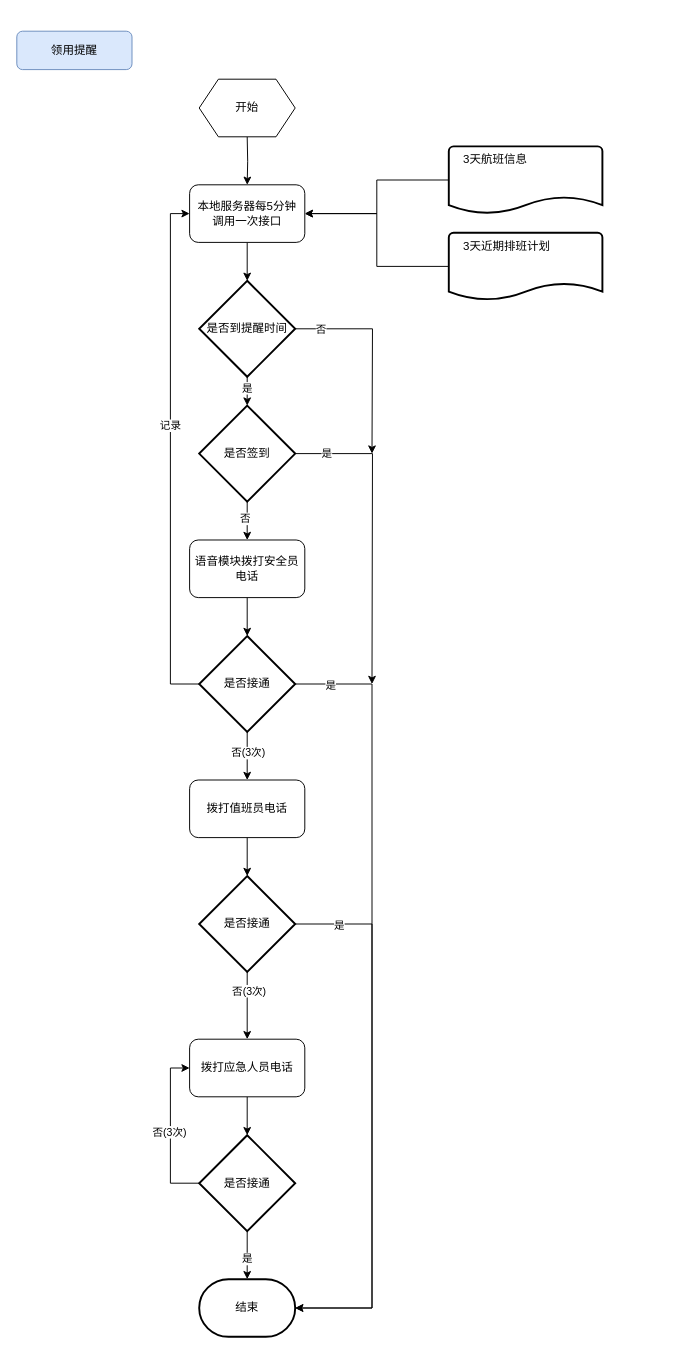
Before: xbhangkong0new.drawio in HXLMOM/cctest, a draw.io diagram. Source tidied: cells renumbered, new cells numbered last; positions are measured from the earlier drawing's top-left corner, leaving out a move shared by most shapes. Both pictures are drawn from the tidied source at 96%, with x=0, y=0 at pixel (16, 31).
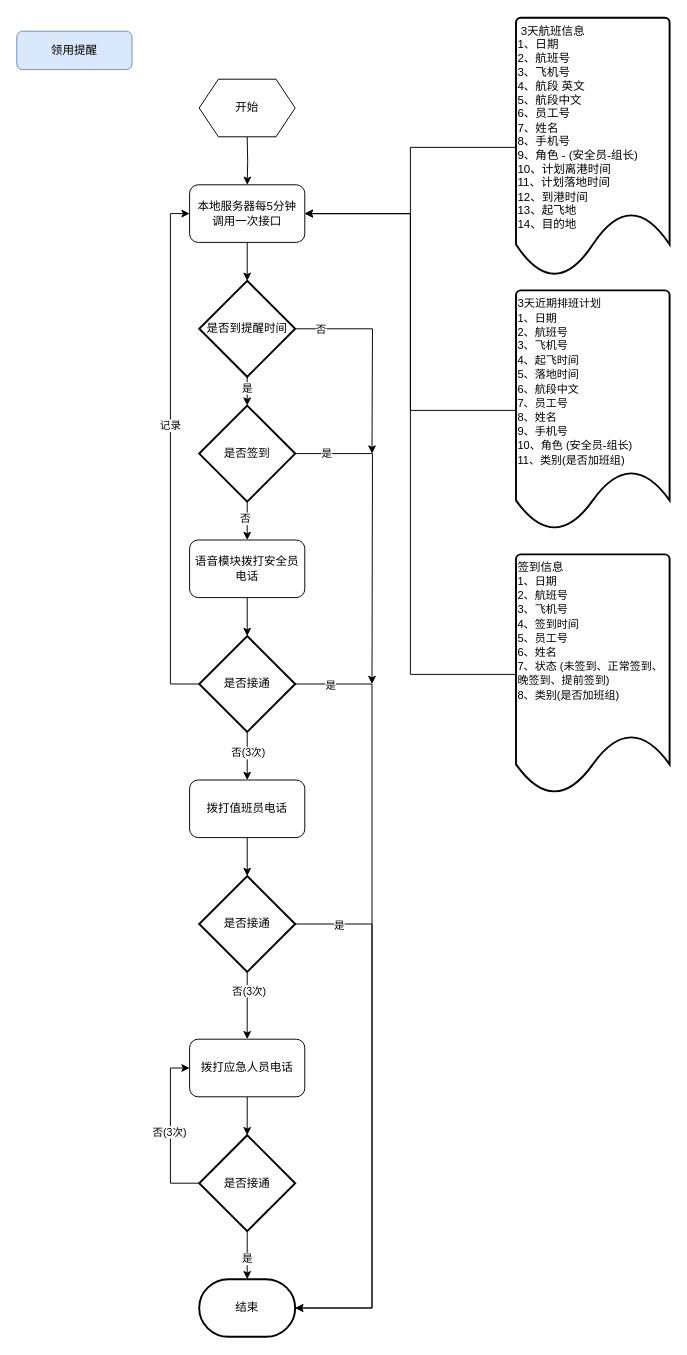
Above is the later version.

The change refers to these unchanged cells:
```xml
<mxCell id="5" value="本地服务器每5分钟&lt;br&gt;调用一次接口" style="rounded=1;whiteSpace=wrap;html=1;" parent="1" vertex="1">
  <mxGeometry x="180" y="160" width="120" height="60" as="geometry" />
</mxCell>
```

Change to the diagram source:
```diff
@@
-    <mxCell id="7" value="    3天航班信息&#10;&#10;&#10;" style="strokeWidth=2;shape=mxgraph.flowchart.document2;size=0.25;align=left;whiteSpace=wrap;labelBackgroundColor=none;labelBorderColor=none;verticalAlign=top;" parent="1" vertex="1">
-      <mxGeometry x="450" y="120" width="160" height="70" as="geometry" />
+    <mxCell id="7" value=" 3天航班信息&#10;1、日期&#10;2、航班号&#10;3、飞机号&#10;4、航段 英文&#10;5、航段中文&#10;6、员工号&#10;7、姓名&#10;8、手机号&#10;9、角色 - (安全员-组长)&#10;10、计划离港时间&#10;11、计划落地时间&#10;12、到港时间&#10;13、起飞地&#10;14、目的地" style="strokeWidth=2;shape=mxgraph.flowchart.document2;size=0.25;align=left;whiteSpace=wrap;labelBackgroundColor=none;labelBorderColor=none;verticalAlign=top;" parent="1" vertex="1">
+      <mxGeometry x="520" y="-14" width="160" height="270" as="geometry" />
     </mxCell>
@@
-    <mxCell id="36" value="&lt;span style=&quot;&quot;&gt;&lt;span style=&quot;&quot;&gt;&amp;nbsp;&amp;nbsp;&amp;nbsp;&amp;nbsp;&lt;/span&gt;&lt;/span&gt;3天近期排班计划&lt;br&gt;" style="strokeWidth=2;html=1;shape=mxgraph.flowchart.document2;whiteSpace=wrap;size=0.25;verticalAlign=top;align=left;" parent="1" vertex="1">
-      <mxGeometry x="450" y="210" width="160" height="70" as="geometry" />
+    <mxCell id="36" value="&lt;div&gt;3&lt;span style=&quot;font-size: 8.63768pt; font-family: 微软雅黑;&quot;&gt;天近期排班计划&lt;br/&gt;&lt;/span&gt;&lt;/div&gt;&lt;div&gt;&lt;span style=&quot;font-size: 8.63768pt; font-family: Arial;&quot;&gt;1&lt;/span&gt;&lt;span style=&quot;font-size: 8.63768pt; font-family: 微软雅黑;&quot;&gt;、日期&lt;br/&gt;&lt;/span&gt;&lt;/div&gt;&lt;div&gt;&lt;span style=&quot;font-size: 8.63768pt; font-family: Arial;&quot;&gt;2&lt;/span&gt;&lt;span style=&quot;font-size: 8.63768pt; font-family: 微软雅黑;&quot;&gt;、航班号&lt;br/&gt;&lt;/span&gt;&lt;/div&gt;&lt;div&gt;&lt;span style=&quot;font-size: 8.63768pt; font-family: Arial;&quot;&gt;3&lt;/span&gt;&lt;span style=&quot;font-size: 8.63768pt; font-family: 微软雅黑;&quot;&gt;、飞机号&lt;br/&gt;&lt;/span&gt;&lt;/div&gt;&lt;div&gt;&lt;span style=&quot;font-size: 8.63768pt; font-family: Arial;&quot;&gt;4&lt;/span&gt;&lt;span style=&quot;font-size: 8.63768pt; font-family: 微软雅黑;&quot;&gt;、起飞时间&lt;br/&gt;&lt;/span&gt;&lt;/div&gt;&lt;div&gt;&lt;span style=&quot;font-size: 8.63768pt; font-family: Arial;&quot;&gt;5&lt;/span&gt;&lt;span style=&quot;font-size: 8.63768pt; font-family: 微软雅黑;&quot;&gt;、落地时间&lt;br/&gt;&lt;/span&gt;&lt;/div&gt;&lt;div&gt;&lt;span style=&quot;font-size: 8.63768pt; font-family: Arial;&quot;&gt;6&lt;/span&gt;&lt;span style=&quot;font-size: 8.63768pt; font-family: 微软雅黑;&quot;&gt;、航段中文&lt;br/&gt;&lt;/span&gt;&lt;/div&gt;&lt;div&gt;&lt;span style=&quot;font-size: 8.63768pt; font-family: Arial;&quot;&gt;7&lt;/span&gt;&lt;span style=&quot;font-size: 8.63768pt; font-family: 微软雅黑;&quot;&gt;、员工号&lt;br/&gt;&lt;/span&gt;&lt;/div&gt;&lt;div&gt;&lt;span style=&quot;font-size: 8.63768pt; font-family: Arial;&quot;&gt;8&lt;/span&gt;&lt;span style=&quot;font-size: 8.63768pt; font-family: 微软雅黑;&quot;&gt;、姓名&lt;br/&gt;&lt;/span&gt;&lt;/div&gt;&lt;div&gt;&lt;span style=&quot;font-size: 8.63768pt; font-family: Arial;&quot;&gt;9&lt;/span&gt;&lt;span style=&quot;font-size: 8.63768pt; font-family: 微软雅黑;&quot;&gt;、手机号&lt;br/&gt;&lt;/span&gt;&lt;/div&gt;&lt;div&gt;&lt;span style=&quot;font-size: 8.63768pt; font-family: Arial;&quot;&gt;10&lt;/span&gt;&lt;span style=&quot;font-size: 8.63768pt; font-family: 微软雅黑;&quot;&gt;、角色&lt;/span&gt;&lt;span style=&quot;font-size: 8.63768pt; font-family: Arial;&quot;&gt; (&lt;/span&gt;&lt;span style=&quot;font-size: 8.63768pt; font-family: 微软雅黑;&quot;&gt;安全员&lt;/span&gt;&lt;span style=&quot;font-size: 8.63768pt; font-family: Arial;&quot;&gt;-&lt;/span&gt;&lt;span style=&quot;font-size: 8.63768pt; font-family: 微软雅黑;&quot;&gt;组长&lt;/span&gt;&lt;span style=&quot;font-size: 8.63768pt; font-family: Arial;&quot;&gt;)&lt;br/&gt;&lt;/span&gt;&lt;/div&gt;&lt;div&gt;&lt;span style=&quot;font-size: 8.63768pt; font-family: Arial;&quot;&gt;11&lt;/span&gt;&lt;span style=&quot;font-size: 8.63768pt; font-family: 微软雅黑;&quot;&gt;、类别&lt;/span&gt;&lt;span style=&quot;font-size: 8.63768pt; font-family: Arial;&quot;&gt;(&lt;/span&gt;&lt;span style=&quot;font-size: 8.63768pt; font-family: 微软雅黑;&quot;&gt;是否加班组&lt;/span&gt;&lt;span style=&quot;font-size: 8.63768pt; font-family: Arial;&quot;&gt;)&lt;/span&gt;&lt;/div&gt;" style="strokeWidth=2;html=1;shape=mxgraph.flowchart.document2;whiteSpace=wrap;size=0.25;verticalAlign=top;align=left;" parent="1" vertex="1">
+      <mxGeometry x="520" y="270" width="160" height="250" as="geometry" />
     </mxCell>
@@
+    <mxCell id="45" style="edgeStyle=orthogonalEdgeStyle;rounded=0;jettySize=auto;html=1;entryX=1;entryY=0.5;entryDx=0;entryDy=0;" parent="1" edge="1" source="46" target="5">
+      <mxGeometry relative="1" as="geometry" />
+    </mxCell>
+    <mxCell id="46" value="&lt;div&gt;签到信息&lt;br&gt;&lt;/div&gt;&lt;div&gt;&lt;span style=&quot;font-size: 8.63768pt; font-family: Arial;&quot;&gt;1&lt;/span&gt;&lt;span style=&quot;font-size: 8.63768pt; font-family: 微软雅黑;&quot;&gt;、日期&lt;br&gt;&lt;/span&gt;&lt;/div&gt;&lt;div&gt;&lt;span style=&quot;font-size: 8.63768pt; font-family: Arial;&quot;&gt;2&lt;/span&gt;&lt;span style=&quot;font-size: 8.63768pt; font-family: 微软雅黑;&quot;&gt;、航班号&lt;br&gt;&lt;/span&gt;&lt;/div&gt;&lt;div&gt;&lt;span style=&quot;font-size: 8.63768pt; font-family: Arial;&quot;&gt;3&lt;/span&gt;&lt;span style=&quot;font-size: 8.63768pt; font-family: 微软雅黑;&quot;&gt;、飞机号&lt;br&gt;&lt;/span&gt;&lt;/div&gt;&lt;div&gt;&lt;span style=&quot;font-size: 8.63768pt; font-family: Arial;&quot;&gt;4&lt;/span&gt;&lt;span style=&quot;font-size: 8.63768pt; font-family: 微软雅黑;&quot;&gt;、签到时间&lt;br&gt;&lt;/span&gt;&lt;/div&gt;&lt;div&gt;&lt;span style=&quot;font-size: 8.63768pt; font-family: Arial;&quot;&gt;5&lt;/span&gt;&lt;span style=&quot;font-size: 8.63768pt; font-family: 微软雅黑;&quot;&gt;、员工号&lt;br&gt;&lt;/span&gt;&lt;/div&gt;&lt;div&gt;&lt;span style=&quot;font-size: 8.63768pt; font-family: Arial;&quot;&gt;6&lt;/span&gt;&lt;span style=&quot;font-size: 8.63768pt; font-family: 微软雅黑;&quot;&gt;、姓名&lt;br&gt;&lt;/span&gt;&lt;/div&gt;&lt;div&gt;&lt;span style=&quot;font-size: 8.63768pt; font-family: Arial;&quot;&gt;7&lt;/span&gt;&lt;span style=&quot;font-size: 8.63768pt; font-family: 微软雅黑;&quot;&gt;、状态&lt;/span&gt;&lt;span style=&quot;font-size: 8.63768pt; font-family: Arial;&quot;&gt; (&lt;/span&gt;&lt;span style=&quot;font-size: 8.63768pt; font-family: 微软雅黑;&quot;&gt;未签到、正常签到、&lt;/span&gt;&lt;span style=&quot;background-color: initial; font-size: 8.63768pt; font-family: 微软雅黑;&quot;&gt;晚签到、提前签到&lt;/span&gt;&lt;span style=&quot;background-color: initial; font-size: 8.63768pt; font-family: Arial;&quot;&gt;)&lt;/span&gt;&lt;/div&gt;&lt;div&gt;&lt;span style=&quot;font-size: 8.63768pt; font-family: Arial;&quot;&gt;8&lt;/span&gt;&lt;span style=&quot;font-size: 8.63768pt; font-family: 微软雅黑;&quot;&gt;、类别&lt;/span&gt;&lt;span style=&quot;font-size: 8.63768pt; font-family: Arial;&quot;&gt;(&lt;/span&gt;&lt;span style=&quot;font-size: 8.63768pt; font-family: 微软雅黑;&quot;&gt;是否加班组&lt;/span&gt;&lt;span style=&quot;font-size: 8.63768pt; font-family: Arial;&quot;&gt;)&amp;nbsp;&lt;/span&gt;&lt;/div&gt;" style="strokeWidth=2;html=1;shape=mxgraph.flowchart.document2;whiteSpace=wrap;size=0.25;verticalAlign=top;align=left;" parent="1" vertex="1">
+      <mxGeometry x="520" y="545" width="160" height="250" as="geometry" />
+    </mxCell>
```
